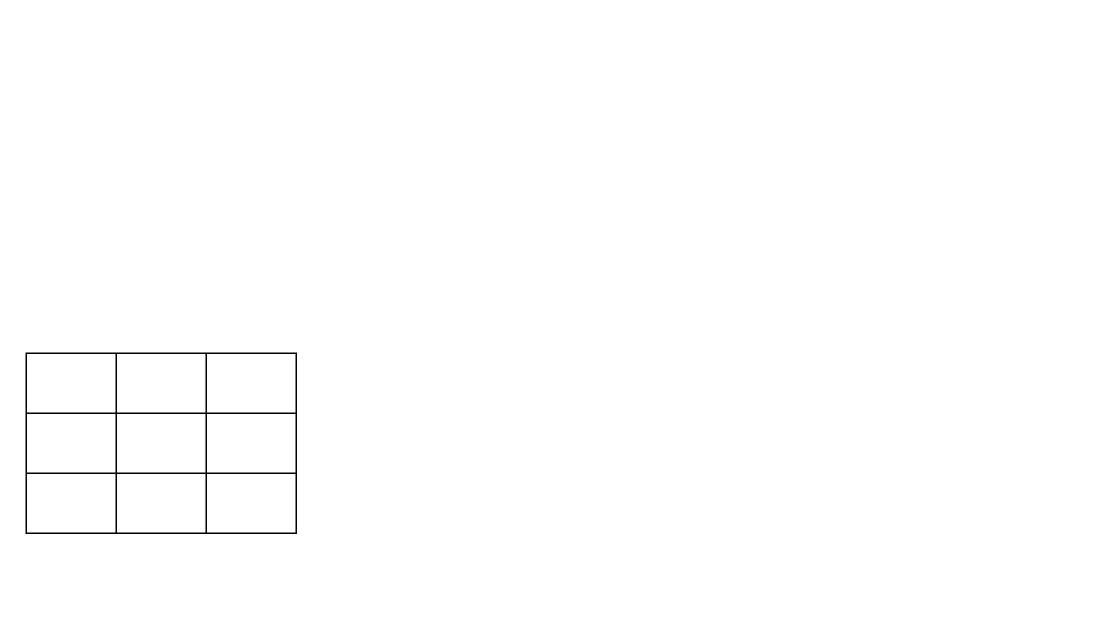
jinsoft/draw keeps this draw.io diagram as system/密码学.drawio. Above is the earlier version. Source tidied: cells renumbered, new cells numbered last; positions are measured from the earlier drawing's top-left corner, leaving out a move shared by most shapes. Both pictures are drawn from the tidied source at 150%, with x=0, y=0 at pixel (26, 352).
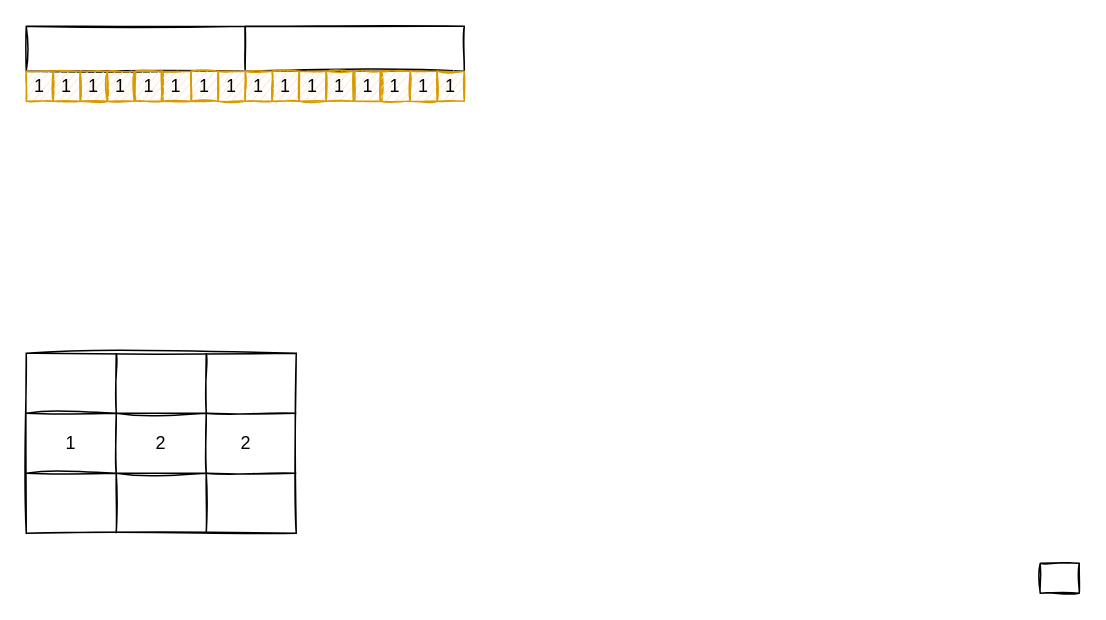
After the change.

Commit message (it also covers changes not shown here):
更新密码学.drawio

Unchanged cells that the change refers to:
```xml
<mxCell id="3" style="shape=partialRectangle;html=1;whiteSpace=wrap;fillColor=none;top=0;left=0;bottom=0;right=0;" parent="2" vertex="1">
  <mxGeometry width="180" height="40" as="geometry" />
</mxCell>
<mxCell id="7" style="shape=partialRectangle;html=1;whiteSpace=wrap;fillColor=none;top=0;left=0;bottom=0;right=0;" parent="2" vertex="1">
  <mxGeometry y="40" width="180" height="40" as="geometry" />
</mxCell>
```

Change to the diagram source:
```diff
@@
-    <mxCell id="2" style="shape=table;html=1;whiteSpace=wrap;startSize=0;childLayout=tableLayout;" parent="1" vertex="1">
+    <mxCell id="2" style="shape=table;html=1;whiteSpace=wrap;startSize=0;childLayout=tableLayout;sketch=1;" parent="1" vertex="1">
       <mxGeometry width="180" height="120" as="geometry" />
     </mxCell>
@@
-    <mxCell id="4" style="shape=partialRectangle;html=1;whiteSpace=wrap;fillColor=none;top=0;left=0;bottom=0;right=0;overflow=hidden;" parent="3" vertex="1">
+    <mxCell id="4" style="shape=partialRectangle;html=1;whiteSpace=wrap;fillColor=none;top=0;left=0;bottom=0;right=0;overflow=hidden;sketch=1;" parent="3" vertex="1">
       <mxGeometry width="60" height="40" as="geometry" />
     </mxCell>
@@
-    <mxCell id="8" style="shape=partialRectangle;html=1;whiteSpace=wrap;fillColor=none;top=0;left=0;bottom=0;right=0;overflow=hidden;" parent="7" vertex="1">
+    <mxCell id="8" value="1" style="shape=partialRectangle;html=1;whiteSpace=wrap;fillColor=none;top=0;left=0;bottom=0;right=0;overflow=hidden;" parent="7" vertex="1">
       <mxGeometry width="60" height="40" as="geometry" />
     </mxCell>
-    <mxCell id="9" style="shape=partialRectangle;html=1;whiteSpace=wrap;fillColor=none;top=0;left=0;bottom=0;right=0;overflow=hidden;" parent="7" vertex="1">
+    <mxCell id="9" value="2" style="shape=partialRectangle;html=1;whiteSpace=wrap;fillColor=none;top=0;left=0;bottom=0;right=0;overflow=hidden;" parent="7" vertex="1">
       <mxGeometry x="60" width="60" height="40" as="geometry" />
     </mxCell>
-    <mxCell id="10" style="shape=partialRectangle;html=1;whiteSpace=wrap;fillColor=none;top=0;left=0;bottom=0;right=0;overflow=hidden;" parent="7" vertex="1">
+    <mxCell id="10" value="2&lt;span style=&quot;white-space: pre&quot;&gt; &lt;/span&gt;&lt;span style=&quot;white-space: pre&quot;&gt; &lt;/span&gt;" style="shape=partialRectangle;html=1;whiteSpace=wrap;fillColor=none;top=0;left=0;bottom=0;right=0;overflow=hidden;" parent="7" vertex="1">
       <mxGeometry x="120" width="60" height="40" as="geometry" />
     </mxCell>
@@
+    <mxCell id="15" style="rounded=0;whiteSpace=wrap;html=1;sketch=1;align=center;verticalAlign=top;" parent="1" vertex="1">
+      <mxGeometry x="676" y="140" width="26" height="20" as="geometry" />
+    </mxCell>
+    <mxCell id="16" style="rounded=0;whiteSpace=wrap;html=1;shadow=0;glass=0;sketch=1;align=center;verticalAlign=middle;" parent="1" vertex="1">
+      <mxGeometry y="-218" width="146" height="30" as="geometry" />
+    </mxCell>
+    <mxCell id="17" style="group;" parent="1" vertex="1">
+      <mxGeometry y="-188" width="146" height="20" as="geometry" />
+    </mxCell>
+    <mxCell id="18" value="1" style="rounded=0;whiteSpace=wrap;html=1;sketch=1;align=center;verticalAlign=middle;fillColor=#ffe6cc;strokeColor=#d79b00;glass=0;shadow=0;" parent="17" vertex="1">
+      <mxGeometry x="73" width="18" height="20" as="geometry" />
+    </mxCell>
+    <mxCell id="19" value="1" style="rounded=0;whiteSpace=wrap;html=1;sketch=1;align=center;verticalAlign=middle;fillColor=#ffe6cc;strokeColor=#d79b00;glass=0;shadow=0;" parent="17" vertex="1">
+      <mxGeometry width="18" height="20" as="geometry" />
+    </mxCell>
+    <mxCell id="20" value="1" style="rounded=0;whiteSpace=wrap;html=1;sketch=1;align=center;verticalAlign=middle;fillColor=#ffe6cc;strokeColor=#d79b00;glass=0;shadow=0;" parent="17" vertex="1">
+      <mxGeometry x="18" width="18" height="20" as="geometry" />
+    </mxCell>
+    <mxCell id="21" value="1" style="rounded=0;whiteSpace=wrap;html=1;sketch=1;align=center;verticalAlign=middle;fillColor=#ffe6cc;strokeColor=#d79b00;glass=0;shadow=0;" parent="17" vertex="1">
+      <mxGeometry x="128" width="18" height="20" as="geometry" />
+    </mxCell>
+    <mxCell id="22" value="1" style="rounded=0;whiteSpace=wrap;html=1;sketch=1;align=center;verticalAlign=middle;fillColor=#ffe6cc;strokeColor=#d79b00;glass=0;shadow=0;" parent="17" vertex="1">
+      <mxGeometry x="36" width="18" height="20" as="geometry" />
+    </mxCell>
+    <mxCell id="23" value="1" style="rounded=0;whiteSpace=wrap;html=1;sketch=1;align=center;verticalAlign=middle;fillColor=#ffe6cc;strokeColor=#d79b00;glass=0;shadow=0;" parent="17" vertex="1">
+      <mxGeometry x="110" width="18" height="20" as="geometry" />
+    </mxCell>
+    <mxCell id="24" value="1" style="rounded=0;whiteSpace=wrap;html=1;sketch=1;align=center;verticalAlign=middle;fillColor=#ffe6cc;strokeColor=#d79b00;glass=0;shadow=0;" parent="17" vertex="1">
+      <mxGeometry x="54" width="18" height="20" as="geometry" />
+    </mxCell>
+    <mxCell id="25" value="1" style="rounded=0;whiteSpace=wrap;html=1;sketch=1;align=center;verticalAlign=middle;fillColor=#ffe6cc;strokeColor=#d79b00;glass=0;shadow=0;" parent="17" vertex="1">
+      <mxGeometry x="90" width="20" height="20" as="geometry" />
+    </mxCell>
+    <mxCell id="26" style="rounded=0;whiteSpace=wrap;html=1;shadow=0;glass=0;sketch=1;align=center;verticalAlign=middle;" parent="1" vertex="1">
+      <mxGeometry x="146" y="-218" width="146" height="30" as="geometry" />
+    </mxCell>
+    <mxCell id="27" style="group;" parent="1" vertex="1">
+      <mxGeometry x="146" y="-188" width="146" height="20" as="geometry" />
+    </mxCell>
+    <mxCell id="28" value="1" style="rounded=0;whiteSpace=wrap;html=1;sketch=1;align=center;verticalAlign=middle;fillColor=#ffe6cc;strokeColor=#d79b00;glass=0;shadow=0;" parent="27" vertex="1">
+      <mxGeometry x="73" width="18" height="20" as="geometry" />
+    </mxCell>
+    <mxCell id="29" value="1" style="rounded=0;whiteSpace=wrap;html=1;sketch=1;align=center;verticalAlign=middle;fillColor=#ffe6cc;strokeColor=#d79b00;glass=0;shadow=0;" parent="27" vertex="1">
+      <mxGeometry width="18" height="20" as="geometry" />
+    </mxCell>
+    <mxCell id="30" value="1" style="rounded=0;whiteSpace=wrap;html=1;sketch=1;align=center;verticalAlign=middle;fillColor=#ffe6cc;strokeColor=#d79b00;glass=0;shadow=0;" parent="27" vertex="1">
+      <mxGeometry x="18" width="18" height="20" as="geometry" />
+    </mxCell>
+    <mxCell id="31" value="1" style="rounded=0;whiteSpace=wrap;html=1;sketch=1;align=center;verticalAlign=middle;fillColor=#ffe6cc;strokeColor=#d79b00;glass=0;shadow=0;" parent="27" vertex="1">
+      <mxGeometry x="128" width="18" height="20" as="geometry" />
+    </mxCell>
+    <mxCell id="32" value="1" style="rounded=0;whiteSpace=wrap;html=1;sketch=1;align=center;verticalAlign=middle;fillColor=#ffe6cc;strokeColor=#d79b00;glass=0;shadow=0;" parent="27" vertex="1">
+      <mxGeometry x="36" width="18" height="20" as="geometry" />
+    </mxCell>
+    <mxCell id="33" value="1" style="rounded=0;whiteSpace=wrap;html=1;sketch=1;align=center;verticalAlign=middle;fillColor=#ffe6cc;strokeColor=#d79b00;glass=0;shadow=0;" parent="27" vertex="1">
+      <mxGeometry x="110" width="18" height="20" as="geometry" />
+    </mxCell>
+    <mxCell id="34" value="1" style="rounded=0;whiteSpace=wrap;html=1;sketch=1;align=center;verticalAlign=middle;fillColor=#ffe6cc;strokeColor=#d79b00;glass=0;shadow=0;" parent="27" vertex="1">
+      <mxGeometry x="54" width="18" height="20" as="geometry" />
+    </mxCell>
+    <mxCell id="35" value="1" style="rounded=0;whiteSpace=wrap;html=1;sketch=1;align=center;verticalAlign=middle;fillColor=#ffe6cc;strokeColor=#d79b00;glass=0;shadow=0;" parent="27" vertex="1">
+      <mxGeometry x="90" width="20" height="20" as="geometry" />
+    </mxCell>
```
